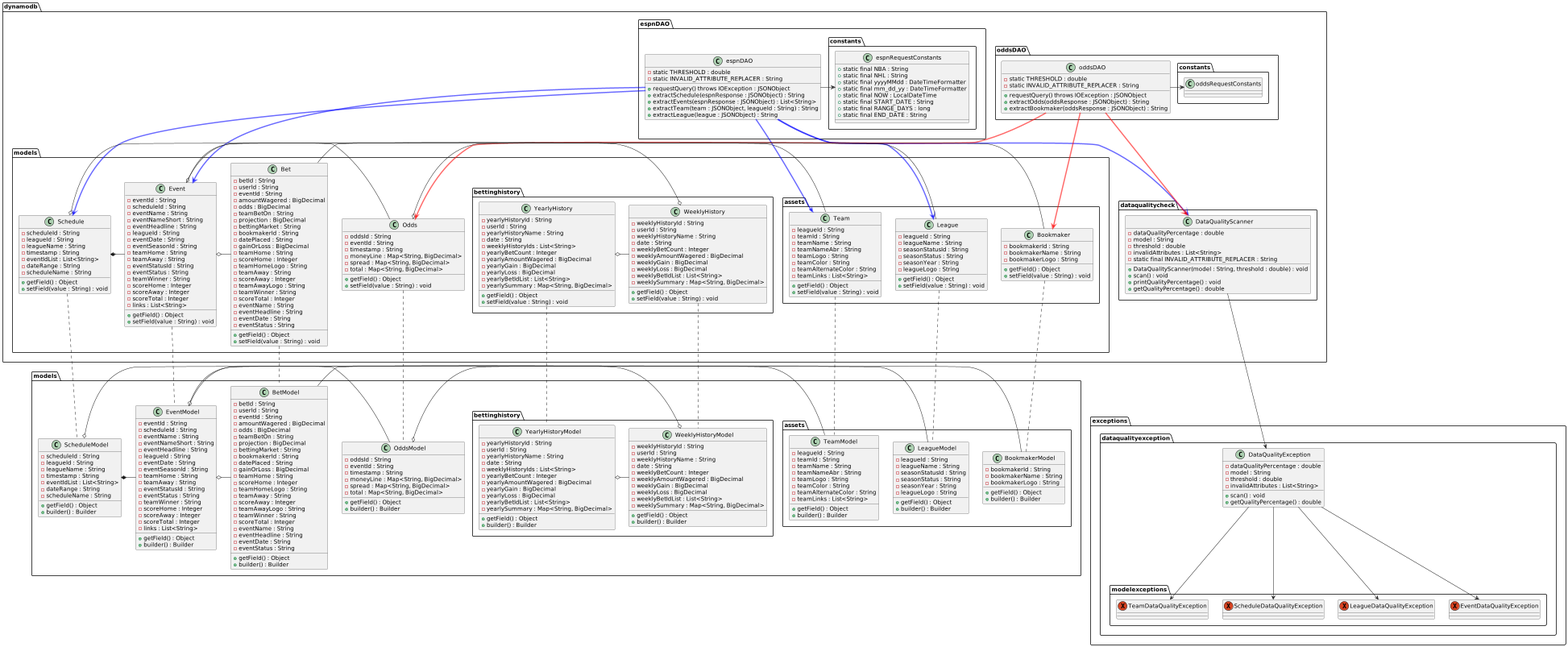
The PlantUML diagram app/src/main/resources/BookiepediaClassDiagram.png in acgerhold/bookiepedia, before a commit.
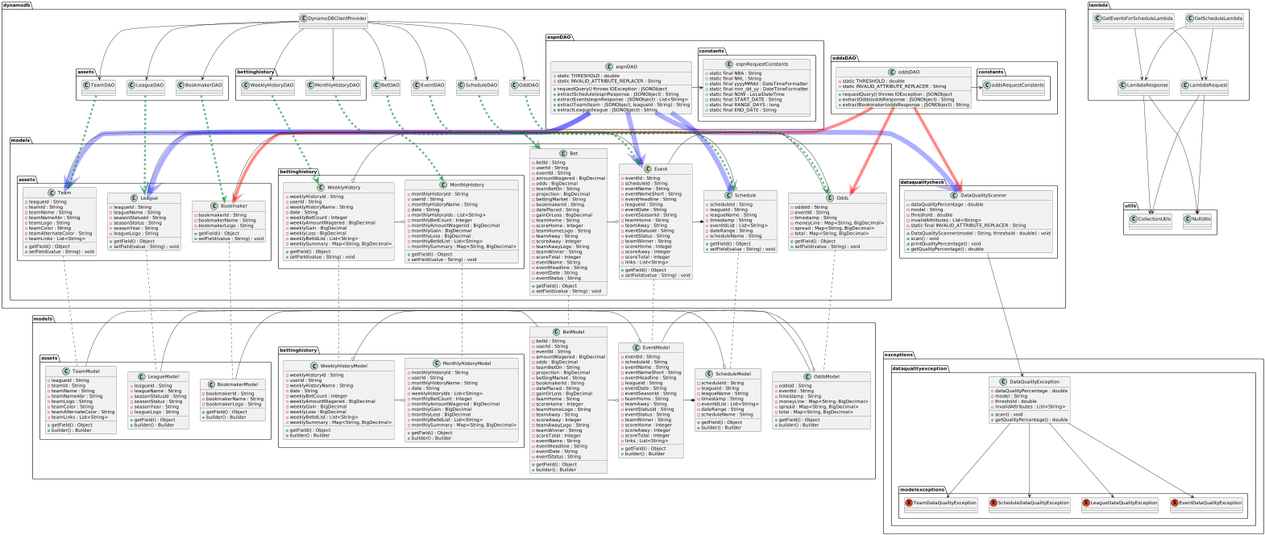
Above is the later version.

Commit message:
updated class diagram

Diff of the diagram source:
```diff
@@ -2,6 +2,52 @@
 
 
 package "dynamodb" {
+
+    class BetDAO {
+
+    }
+
+    class EventDAO {
+
+    }
+
+    class OddDAO {
+
+    }
+
+    class ScheduleDAO {
+
+    }
+
+    class DynamoDBClientProvider {
+
+    }
+
+    package "assets" {
+
+        class LeagueDAO {
+
+        }
+
+        class TeamDAO {
+
+        }
+
+        class BookmakerDAO {
+
+        }
+    }
+
+    package "bettinghistory" {
+
+        class WeeklyHistoryDAO {
+
+        }
+
+        class MonthlyHistoryDAO {
+
+        }
+    }
 
     package "dataqualitycheck" {
 
@@ -201,18 +247,18 @@
                 + setField(value : String) : void
             }
 
-            class YearlyHistory {
-                - yearlyHistoryId : String
+            class MonthlyHistory {
+                - monthlyHistoryId : String
                 - userId : String
-                - yearlyHistoryName : String
+                - monthlyHistoryName : String
                 - date : String
-                - weeklyHistoryIds : List<String>
-                - yearlyBetCount : Integer
-                - yearlyAmountWagered : BigDecimal
-                - yearlyGain : BigDecimal
-                - yearlyLoss : BigDecimal
-                - yearlyBetIdList : List<String>
-                - yearlySummary : Map<String, BigDecimal>
+                - monthlyHistoryIds : List<String>
+                - monthlyBetCount : Integer
+                - monthlyAmountWagered : BigDecimal
+                - monthlyGain : BigDecimal
+                - monthlyLoss : BigDecimal
+                - monthlyBetIdList : List<String>
+                - monthlySummary : Map<String, BigDecimal>
 
                 + getField() : Object
                 + setField(value : String) : void
@@ -245,6 +291,24 @@
     }
 }
 
+package lambda {
+
+    class GetScheduleLambda {
+
+    }
+
+    class GetEventsForScheduleLambda {
+
+    }
+
+    class LambdaRequest {
+
+    }
+
+    class LambdaResponse {
+
+    }
+}
 
 package "models" {
 
@@ -381,18 +445,18 @@
             + builder() : Builder
         }
 
-        class YearlyHistoryModel {
-            - yearlyHistoryId : String
+        class MonthlyHistoryModel {
+            - monthlyHistoryId : String
             - userId : String
-            - yearlyHistoryName : String
+            - monthlyHistoryName : String
             - date : String
             - weeklyHistoryIds : List<String>
-            - yearlyBetCount : Integer
-            - yearlyAmountWagered : BigDecimal
-            - yearlyGain : BigDecimal
-            - yearlyLoss : BigDecimal
-            - yearlyBetIdList : List<String>
-            - yearlySummary : Map<String, BigDecimal>
+            - monthlyBetCount : Integer
+            - monthlyAmountWagered : BigDecimal
+            - monthlyGain : BigDecimal
+            - monthlyLoss : BigDecimal
+            - monthlyBetIdList : List<String>
+            - monthlySummary : Map<String, BigDecimal>
 
             + getField() : Object
             + builder() : Builder
@@ -400,17 +464,28 @@
     }
 }
 
+package utils {
+
+    class CollectionUtils {
+
+    }
+
+    class NullUtils {
+
+    }
+}
+
 dynamodb.espnDAO.espnDAO -> dynamodb.espnDAO.constants.espnRequestConstants
-dynamodb.espnDAO.espnDAO -[#0000FF95,thickness=3]-> dynamodb.models.Schedule
-dynamodb.espnDAO.espnDAO -[#0000FF95,thickness=3]-> dynamodb.models.Event
-dynamodb.espnDAO.espnDAO -[#0000FF95,thickness=3]-> dynamodb.models.assets.Team
-dynamodb.espnDAO.espnDAO -[#0000FF95,thickness=3]-> dynamodb.models.assets.League
-dynamodb.espnDAO.espnDAO -[#0000FF95,thickness=3]-> dynamodb.dataqualitycheck.DataQualityScanner
+dynamodb.espnDAO.espnDAO -[#0000FF50,thickness=15]-> dynamodb.models.Schedule
+dynamodb.espnDAO.espnDAO -[#0000FF50,thickness=15]-> dynamodb.models.Event
+dynamodb.espnDAO.espnDAO -[#0000FF50,thickness=15]-> dynamodb.models.assets.Team
+dynamodb.espnDAO.espnDAO -[#0000FF50,thickness=15]-> dynamodb.models.assets.League
+dynamodb.espnDAO.espnDAO -[#0000FF50,thickness=15]-> dynamodb.dataqualitycheck.DataQualityScanner
 
 dynamodb.oddsDAO.oddsDAO -> dynamodb.oddsDAO.constants.oddsRequestConstants
-dynamodb.oddsDAO.oddsDAO -[#FF000095,thickness=3]-> dynamodb.models.assets.Bookmaker
-dynamodb.oddsDAO.oddsDAO -[#FF000095,thickness=3]-> dynamodb.models.Odds
-dynamodb.oddsDAO.oddsDAO -[#FF000095,thickness=3]-> dynamodb.dataqualitycheck.DataQualityScanner
+dynamodb.oddsDAO.oddsDAO -[#FF000075,thickness=9]-> dynamodb.models.assets.Bookmaker
+dynamodb.oddsDAO.oddsDAO -[#FF000075,thickness=9]-> dynamodb.models.Odds
+dynamodb.oddsDAO.oddsDAO -[#FF000075,thickness=9]-> dynamodb.dataqualitycheck.DataQualityScanner
 
 dynamodb.dataqualitycheck.DataQualityScanner --> exceptions.dataqualityexception.DataQualityException
 
@@ -426,7 +501,7 @@
 dynamodb.models.Event o- dynamodb.models.Bet
 dynamodb.models.Odds o- dynamodb.models.assets.Bookmaker
 dynamodb.models.bettinghistory.WeeklyHistory o- dynamodb.models.Bet
-dynamodb.models.bettinghistory.YearlyHistory o- dynamodb.models.bettinghistory.WeeklyHistory
+dynamodb.models.bettinghistory.MonthlyHistory o- dynamodb.models.bettinghistory.WeeklyHistory
 
 models.ScheduleModel o- models.assets.LeagueModel
 models.ScheduleModel *- models.EventModel
@@ -435,7 +510,7 @@
 models.EventModel o- models.BetModel
 models.OddsModel o- models.assets.BookmakerModel
 models.bettinghistory.WeeklyHistoryModel o- models.BetModel
-models.bettinghistory.YearlyHistoryModel o- models.bettinghistory.WeeklyHistoryModel
+models.bettinghistory.MonthlyHistoryModel o- models.bettinghistory.WeeklyHistoryModel
 
 dynamodb.models.Schedule .. models.ScheduleModel
 dynamodb.models.Event .. models.EventModel
@@ -445,6 +520,36 @@
 dynamodb.models.assets.League .. models.assets.LeagueModel
 dynamodb.models.assets.Bookmaker .. models.assets.BookmakerModel
 dynamodb.models.bettinghistory.WeeklyHistory .. models.bettinghistory.WeeklyHistoryModel
-dynamodb.models.bettinghistory.YearlyHistory .. models.bettinghistory.YearlyHistoryModel
+dynamodb.models.bettinghistory.MonthlyHistory .. models.bettinghistory.MonthlyHistoryModel
+
+dynamodb.ScheduleDAO .[#00863195,thickness=6].> dynamodb.models.Schedule
+dynamodb.EventDAO .[#00863195,thickness=6].> dynamodb.models.Event
+dynamodb.OddDAO .[#00863195,thickness=6].> dynamodb.models.Odds
+dynamodb.BetDAO .[#00863195,thickness=6].> dynamodb.models.Bet
+dynamodb.assets.LeagueDAO .[#00863195,thickness=6].> dynamodb.models.assets.League
+dynamodb.assets.TeamDAO .[#00863195,thickness=6].> dynamodb.models.assets.Team
+dynamodb.assets.BookmakerDAO .[#00863195,thickness=6].> dynamodb.models.assets.Bookmaker
+dynamodb.bettinghistory.WeeklyHistoryDAO .[#00863195,thickness=6].> dynamodb.models.bettinghistory.WeeklyHistory
+dynamodb.bettinghistory.MonthlyHistoryDAO .[#00863195,thickness=6].> dynamodb.models.bettinghistory.MonthlyHistory
+
+lambda.GetScheduleLambda --> lambda.LambdaRequest
+lambda.GetScheduleLambda --> lambda.LambdaResponse
+lambda.GetEventsForScheduleLambda --> lambda.LambdaRequest
+lambda.GetEventsForScheduleLambda --> lambda.LambdaResponse
+
+lambda.LambdaRequest --> utils.CollectionUtils
+lambda.LambdaResponse --> utils.CollectionUtils
+lambda.LambdaRequest --> utils.NullUtils
+lambda.LambdaResponse --> utils.NullUtils
+
+dynamodb.DynamoDBClientProvider --> dynamodb.ScheduleDAO
+dynamodb.DynamoDBClientProvider --> dynamodb.EventDAO
+dynamodb.DynamoDBClientProvider --> dynamodb.OddDAO
+dynamodb.DynamoDBClientProvider --> dynamodb.BetDAO
+dynamodb.DynamoDBClientProvider --> dynamodb.assets.LeagueDAO
+dynamodb.DynamoDBClientProvider --> dynamodb.assets.TeamDAO
+dynamodb.DynamoDBClientProvider --> dynamodb.assets.BookmakerDAO
+dynamodb.DynamoDBClientProvider --> dynamodb.bettinghistory.WeeklyHistoryDAO
+dynamodb.DynamoDBClientProvider --> dynamodb.bettinghistory.MonthlyHistoryDAO
 
 @enduml
```
